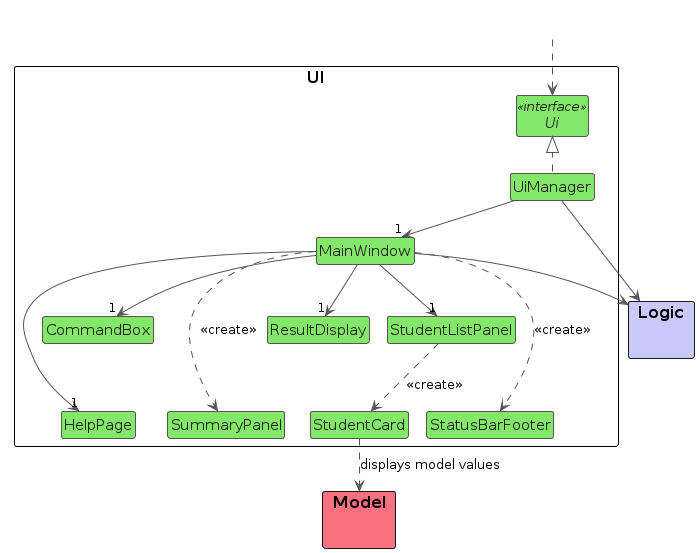
Above: diagrams/UiClassDiagram.png in AY2627S1-CS2103T-T16-1/tp (PlantUML), before the change. Its source is kept beside it as diagrams/UiClassDiagram.puml.
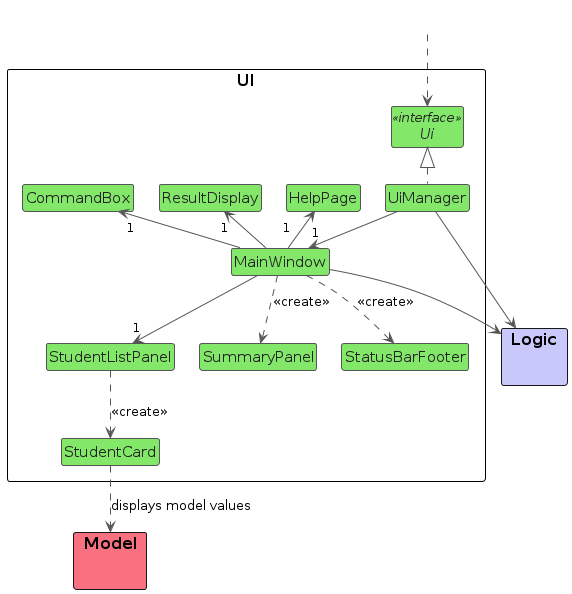
The same file after the commit.

The edit, as a diff of the source:
```diff
@@ -1,6 +1,5 @@
 @startuml
 !include style.puml
-!pragma layout smetana
 skinparam classBackgroundColor UI_COLOR_T1
 skinparam classFontColor #222222
 skinparam classStereotypeFontColor #222222
@@ -14,35 +13,24 @@
     interface Ui <<interface>>
     class UiManager
     class MainWindow
-    together {
-        class CommandBox
-        class ResultDisplay
-        class StudentListPanel
-    }
+    class CommandBox
+    class ResultDisplay
+    class StudentListPanel
     class StudentCard
-    together {
-        class HelpPage
-        class SummaryPanel
-        class StatusBarFooter
-    }
+    class HelpPage
+    class SummaryPanel
+    class StatusBarFooter
 
     UiManager .up.|> Ui
     UiManager --> "1" MainWindow
-    MainWindow --> "1" CommandBox
-    MainWindow --> "1" ResultDisplay
+    MainWindow -up-> "1" CommandBox
+    MainWindow -up-> "1" ResultDisplay
     MainWindow --> "1" StudentListPanel
     MainWindow ..> SummaryPanel : <<create>>
-    MainWindow --> "1" HelpPage
+    MainWindow -up-> "1<U+00A0><U+00A0><U+00A0><U+00A0>" HelpPage
     MainWindow ..> StatusBarFooter : <<create>>
     StudentListPanel ..> StudentCard : <<create>>
 
-    CommandBox -[hidden]right-> ResultDisplay
-    ResultDisplay -[hidden]right-> StudentListPanel
-    HelpPage -[hidden]right-> SummaryPanel
-    SummaryPanel -[hidden]right-> StatusBarFooter
-    CommandBox -[hidden]down-> HelpPage
-    ResultDisplay -[hidden]down-> SummaryPanel
-    StudentListPanel -[hidden]down-> StatusBarFooter
 }
 
 package "Logic" as LogicComponent LOGIC_COLOR_T1 {
```
